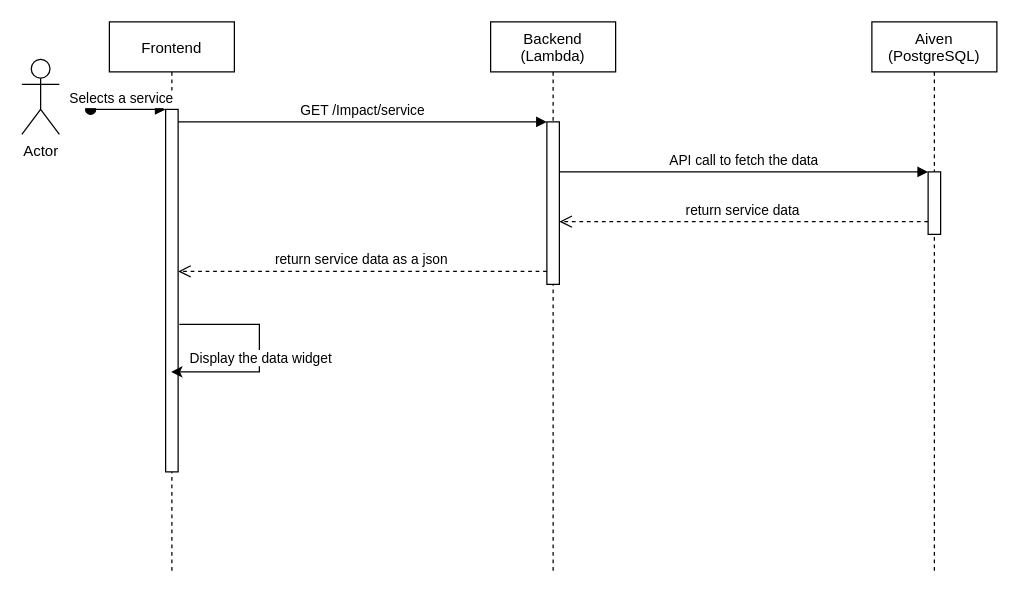
Before: page "Page-1" (1 of 2) of documentation/cleaner_data_sequence.drawio in Otsopo/cleaner_data, a draw.io diagram. Source tidied: cells renumbered, new cells numbered last; positions are measured from the earlier drawing's top-left corner, leaving out a move shared by most shapes. Both pictures are drawn from the tidied source at 125%, with x=0, y=0 at pixel (21, 21).
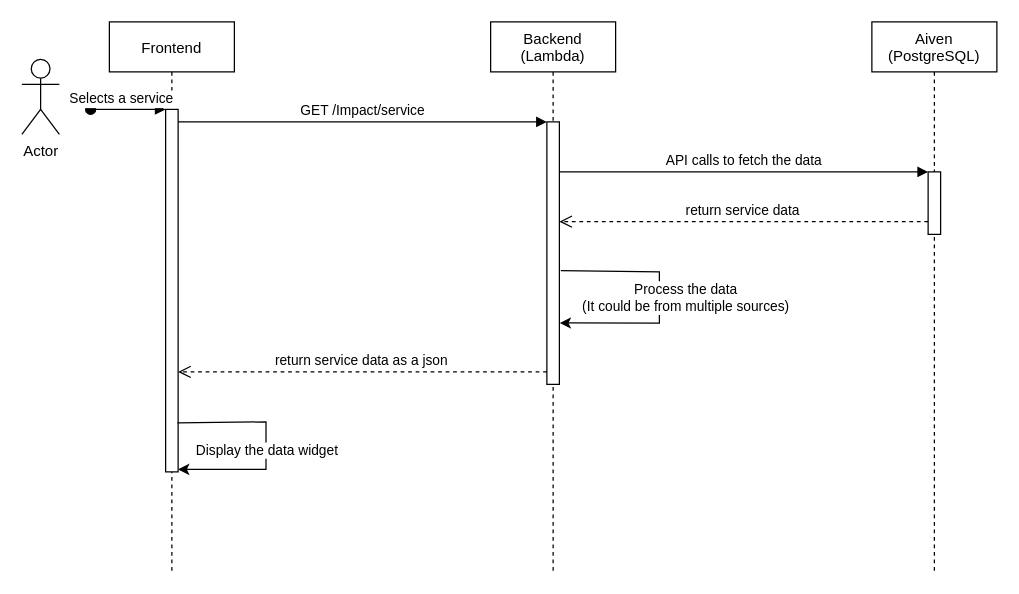
Above is the later version.

Unchanged cells that the change refers to:
```xml
<mxCell id="2" value="Frontend" style="shape=umlLifeline;perimeter=lifelinePerimeter;rounded=0;shadow=0;strokeWidth=1;" parent="1" vertex="1">
  <mxGeometry x="70" width="100" height="440" as="geometry" />
</mxCell>
<mxCell id="3" style="points=[];perimeter=orthogonalPerimeter;rounded=0;shadow=0;strokeWidth=1;" parent="2" vertex="1">
  <mxGeometry x="45" y="70" width="10" height="290" as="geometry" />
</mxCell>
```

Diff of the diagram source:
```diff
@@
     <mxCell id="8" style="points=[];perimeter=orthogonalPerimeter;rounded=0;shadow=0;strokeWidth=1;" parent="1" vertex="1">
-      <mxGeometry x="420" y="80" width="10" height="130" as="geometry" />
+      <mxGeometry x="420" y="80" width="10" height="210" as="geometry" />
     </mxCell>
-    <mxCell id="9" value="API call to fetch the data" style="verticalAlign=bottom;endArrow=block;entryX=0;entryY=0;shadow=0;strokeWidth=1;" parent="1" edge="1">
+    <mxCell id="9" value="API calls to fetch the data" style="verticalAlign=bottom;endArrow=block;entryX=0;entryY=0;shadow=0;strokeWidth=1;" parent="1" edge="1">
       <mxGeometry relative="1" as="geometry">
         <mxPoint x="430" y="120" as="sourcePoint" />
         <mxPoint x="725" y="120" as="targetPoint" />
       </mxGeometry>
     </mxCell>
@@
     <mxCell id="13" value="return service data as a json" style="verticalAlign=bottom;endArrow=open;dashed=1;endSize=8;exitX=0;exitY=0.95;shadow=0;strokeWidth=1;" parent="1" edge="1">
       <mxGeometry relative="1" as="geometry">
-        <mxPoint x="420" y="199.6" as="sourcePoint" />
-        <mxPoint x="125" y="199.6" as="targetPoint" />
+        <mxPoint x="420" y="280" as="sourcePoint" />
+        <mxPoint x="125" y="280" as="targetPoint" />
       </mxGeometry>
     </mxCell>
-    <mxCell id="14" style="endArrow=classic;html=1;rounded=0;" parent="1" edge="1" target="2">
+    <mxCell id="14" style="endArrow=classic;html=1;rounded=0;exitX=0.95;exitY=0.865;exitDx=0;exitDy=0;exitPerimeter=0;" parent="1" edge="1" source="3">
       <mxGeometry relative="1" as="geometry">
-        <mxPoint x="126" y="242" as="sourcePoint" />
+        <mxPoint x="125" y="358" as="targetPoint" />
         <Array as="points">
-          <mxPoint x="190" y="242" />
-          <mxPoint x="190" y="280" />
+          <mxPoint x="195.3" y="320" />
+          <mxPoint x="195.3" y="358" />
         </Array>
       </mxGeometry>
     </mxCell>
@@
+    <mxCell id="16" style="endArrow=classic;html=1;rounded=0;exitX=1.117;exitY=0.567;exitDx=0;exitDy=0;exitPerimeter=0;entryX=1.033;entryY=0.766;entryDx=0;entryDy=0;entryPerimeter=0;" parent="1" edge="1" source="8" target="8">
+      <mxGeometry relative="1" as="geometry">
+        <Array as="points">
+          <mxPoint x="510" y="200" />
+          <mxPoint x="510" y="241" />
+        </Array>
+      </mxGeometry>
+    </mxCell>
+    <mxCell id="17" value="Process the data&lt;br&gt;(It could be from multiple sources)" style="edgeLabel;html=1;align=center;verticalAlign=middle;" parent="16" vertex="1">
+      <mxGeometry x="0.03" y="2" relative="1" as="geometry">
+        <mxPoint x="18" y="-4" as="offset" />
+      </mxGeometry>
+    </mxCell>
```
